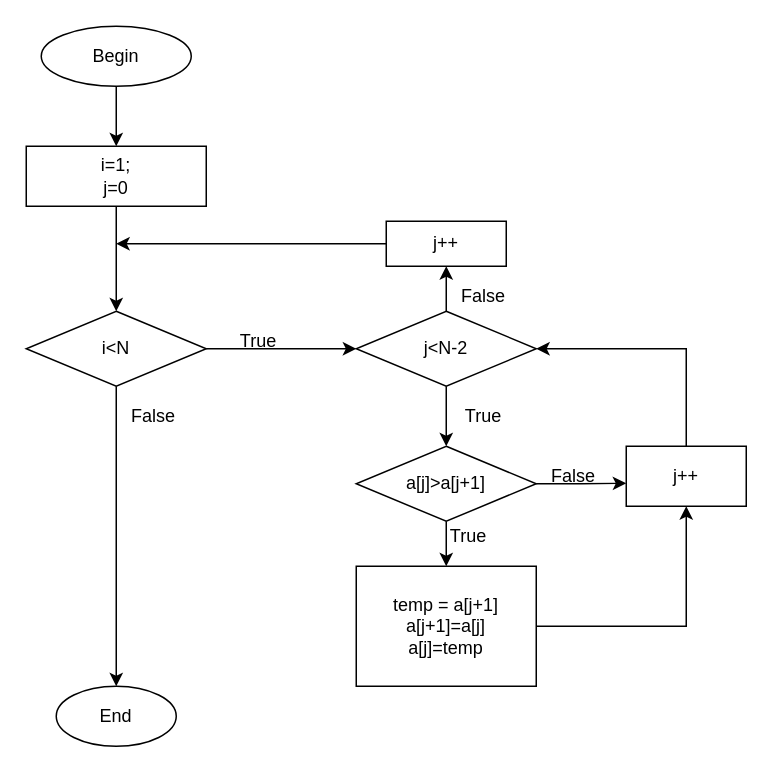
Before: Sort.drawio in 106210049/OOP_excercise, a draw.io diagram. Source tidied: cells renumbered, new cells numbered last; positions are measured from the earlier drawing's top-left corner, leaving out a move shared by most shapes. Both pictures are drawn from the tidied source at 150%, with x=0, y=0 at pixel (26, 26).
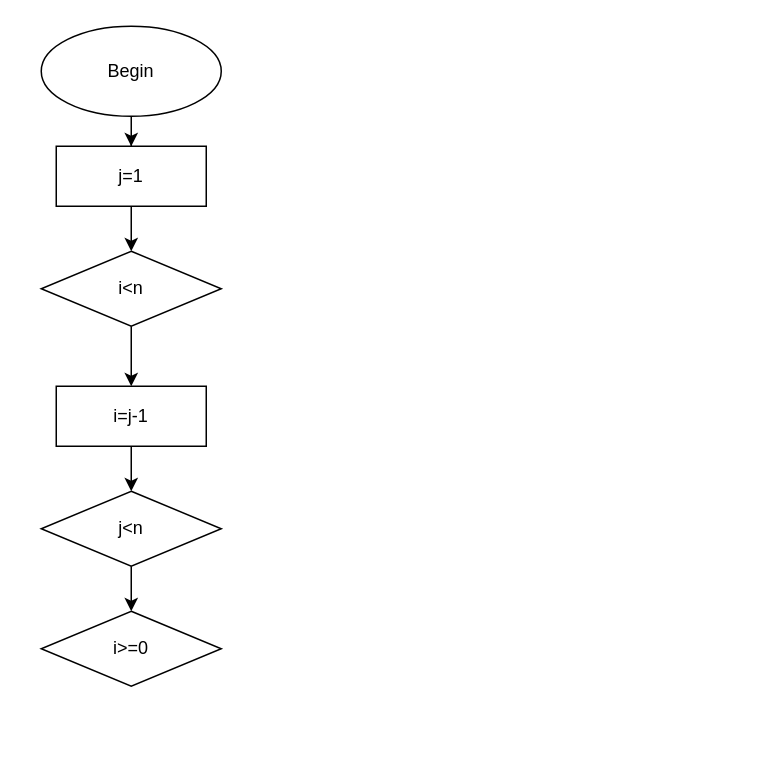
After the change.

Diff of the diagram source:
```diff
@@
-    <mxCell id="2" style="edgeStyle=orthogonalEdgeStyle;rounded=0;jettySize=auto;html=1;" parent="1" edge="1" source="3" target="5">
-      <mxGeometry relative="1" as="geometry" />
-    </mxCell>
+    <mxCell id="28" style="edgeStyle=orthogonalEdgeStyle;rounded=0;jettySize=auto;html=1;" parent="1" edge="1" source="3" target="30">
+      <mxGeometry relative="1" as="geometry" />
+    </mxCell>
     <mxCell id="3" value="Begin" style="ellipse;whiteSpace=wrap;html=1;" parent="1" vertex="1">
-      <mxGeometry x="10" width="100" height="40" as="geometry" />
+      <mxGeometry x="10" width="120" height="60" as="geometry" />
     </mxCell>
-    <mxCell id="4" style="edgeStyle=orthogonalEdgeStyle;rounded=0;jettySize=auto;html=1;" parent="1" edge="1" source="5" target="8">
-      <mxGeometry relative="1" as="geometry" />
-    </mxCell>
-    <mxCell id="5" value="i=1;&lt;br&gt;j=0" style="rounded=0;whiteSpace=wrap;html=1;" parent="1" vertex="1">
-      <mxGeometry y="80" width="120" height="40" as="geometry" />
-    </mxCell>
-    <mxCell id="6" style="edgeStyle=orthogonalEdgeStyle;rounded=0;jettySize=auto;html=1;exitX=1;exitY=0.5;exitDx=0;exitDy=0;entryX=0;entryY=0.5;entryDx=0;entryDy=0;" parent="1" edge="1" source="8" target="11">
-      <mxGeometry relative="1" as="geometry" />
-    </mxCell>
-    <mxCell id="7" style="edgeStyle=orthogonalEdgeStyle;rounded=0;jettySize=auto;html=1;entryX=0.5;entryY=0;entryDx=0;entryDy=0;" parent="1" edge="1" source="8" target="20">
-      <mxGeometry relative="1" as="geometry" />
-    </mxCell>
-    <mxCell id="8" value="i&amp;lt;N" style="rhombus;whiteSpace=wrap;html=1;" parent="1" vertex="1">
-      <mxGeometry y="190" width="120" height="50" as="geometry" />
-    </mxCell>
-    <mxCell id="9" style="edgeStyle=orthogonalEdgeStyle;rounded=0;jettySize=auto;html=1;entryX=0.5;entryY=0;entryDx=0;entryDy=0;" parent="1" edge="1" source="11" target="13">
-      <mxGeometry relative="1" as="geometry" />
-    </mxCell>
-    <mxCell id="10" style="edgeStyle=orthogonalEdgeStyle;rounded=0;jettySize=auto;html=1;entryX=0.5;entryY=1;entryDx=0;entryDy=0;" parent="1" edge="1" source="11" target="19">
-      <mxGeometry relative="1" as="geometry" />
-    </mxCell>
-    <mxCell id="11" value="j&amp;lt;N-2" style="rhombus;whiteSpace=wrap;html=1;" parent="1" vertex="1">
-      <mxGeometry x="220" y="190" width="120" height="50" as="geometry" />
-    </mxCell>
-    <mxCell id="12" style="edgeStyle=orthogonalEdgeStyle;rounded=0;jettySize=auto;html=1;" parent="1" edge="1" source="13" target="15">
-      <mxGeometry relative="1" as="geometry" />
-    </mxCell>
-    <mxCell id="13" value="a[j]&amp;gt;a[j+1]" style="rhombus;whiteSpace=wrap;html=1;" parent="1" vertex="1">
-      <mxGeometry x="220" y="280" width="120" height="50" as="geometry" />
-    </mxCell>
-    <mxCell id="14" style="edgeStyle=orthogonalEdgeStyle;rounded=0;jettySize=auto;html=1;entryX=0.5;entryY=1;entryDx=0;entryDy=0;" parent="1" edge="1" source="15" target="17">
-      <mxGeometry relative="1" as="geometry" />
-    </mxCell>
-    <mxCell id="15" value="temp = a[j+1]&lt;br&gt;a[j+1]=a[j]&lt;br&gt;a[j]=temp" style="rounded=0;whiteSpace=wrap;html=1;" parent="1" vertex="1">
-      <mxGeometry x="220" y="360" width="120" height="80" as="geometry" />
-    </mxCell>
-    <mxCell id="16" style="edgeStyle=orthogonalEdgeStyle;rounded=0;jettySize=auto;html=1;entryX=1;entryY=0.5;entryDx=0;entryDy=0;" parent="1" edge="1" source="17" target="11">
-      <mxGeometry relative="1" as="geometry">
-        <Array as="points">
-          <mxPoint x="440" y="215" />
-        </Array>
-      </mxGeometry>
-    </mxCell>
-    <mxCell id="17" value="j++" style="rounded=0;whiteSpace=wrap;html=1;" parent="1" vertex="1">
-      <mxGeometry x="400" y="280" width="80" height="40" as="geometry" />
-    </mxCell>
-    <mxCell id="18" style="edgeStyle=orthogonalEdgeStyle;rounded=0;jettySize=auto;html=1;" parent="1" edge="1" source="19">
-      <mxGeometry relative="1" as="geometry">
-        <mxPoint x="60" y="145" as="targetPoint" />
-      </mxGeometry>
-    </mxCell>
-    <mxCell id="19" value="j++" style="rounded=0;whiteSpace=wrap;html=1;" parent="1" vertex="1">
-      <mxGeometry x="240" y="130" width="80" height="30" as="geometry" />
-    </mxCell>
-    <mxCell id="20" value="End" style="ellipse;whiteSpace=wrap;html=1;" parent="1" vertex="1">
-      <mxGeometry x="20" y="440" width="80" height="40" as="geometry" />
-    </mxCell>
-    <mxCell id="21" value="True" style="text;strokeColor=none;align=center;fillColor=none;html=1;verticalAlign=middle;whiteSpace=wrap;rounded=0;" parent="1" vertex="1">
-      <mxGeometry x="280" y="250" width="50" height="20" as="geometry" />
-    </mxCell>
-    <mxCell id="22" value="True" style="text;strokeColor=none;align=center;fillColor=none;html=1;verticalAlign=middle;whiteSpace=wrap;rounded=0;" parent="1" vertex="1">
-      <mxGeometry x="130" y="200" width="50" height="20" as="geometry" />
-    </mxCell>
-    <mxCell id="23" value="True" style="text;strokeColor=none;align=center;fillColor=none;html=1;verticalAlign=middle;whiteSpace=wrap;rounded=0;" parent="1" vertex="1">
-      <mxGeometry x="270" y="330" width="50" height="20" as="geometry" />
-    </mxCell>
-    <mxCell id="24" value="False" style="text;strokeColor=none;align=center;fillColor=none;html=1;verticalAlign=middle;whiteSpace=wrap;rounded=0;" parent="1" vertex="1">
-      <mxGeometry x="280" y="170" width="50" height="20" as="geometry" />
-    </mxCell>
-    <mxCell id="25" value="False" style="text;strokeColor=none;align=center;fillColor=none;html=1;verticalAlign=middle;whiteSpace=wrap;rounded=0;" parent="1" vertex="1">
-      <mxGeometry x="60" y="250" width="50" height="20" as="geometry" />
-    </mxCell>
-    <mxCell id="26" value="False" style="text;strokeColor=none;align=center;fillColor=none;html=1;verticalAlign=middle;whiteSpace=wrap;rounded=0;" parent="1" vertex="1">
-      <mxGeometry x="340" y="290" width="50" height="20" as="geometry" />
-    </mxCell>
-    <mxCell id="27" style="edgeStyle=orthogonalEdgeStyle;rounded=0;jettySize=auto;html=1;exitX=1;exitY=0.5;exitDx=0;exitDy=0;entryX=0;entryY=0.617;entryDx=0;entryDy=0;entryPerimeter=0;" parent="1" edge="1" source="13" target="17">
-      <mxGeometry relative="1" as="geometry" />
-    </mxCell>
+    <mxCell id="29" style="edgeStyle=orthogonalEdgeStyle;rounded=0;jettySize=auto;html=1;" parent="1" edge="1" source="30" target="32">
+      <mxGeometry relative="1" as="geometry" />
+    </mxCell>
+    <mxCell id="30" value="j=1" style="rounded=0;whiteSpace=wrap;html=1;" parent="1" vertex="1">
+      <mxGeometry x="20" y="80" width="100" height="40" as="geometry" />
+    </mxCell>
+    <mxCell id="31" style="edgeStyle=orthogonalEdgeStyle;rounded=0;jettySize=auto;html=1;" parent="1" edge="1" source="32" target="34">
+      <mxGeometry relative="1" as="geometry" />
+    </mxCell>
+    <mxCell id="32" value="i&amp;lt;n" style="rhombus;whiteSpace=wrap;html=1;" parent="1" vertex="1">
+      <mxGeometry x="10" y="150" width="120" height="50" as="geometry" />
+    </mxCell>
+    <mxCell id="33" style="edgeStyle=orthogonalEdgeStyle;rounded=0;jettySize=auto;html=1;" parent="1" edge="1" source="34" target="36">
+      <mxGeometry relative="1" as="geometry" />
+    </mxCell>
+    <mxCell id="34" value="i=j-1" style="rounded=0;whiteSpace=wrap;html=1;" parent="1" vertex="1">
+      <mxGeometry x="20" y="240" width="100" height="40" as="geometry" />
+    </mxCell>
+    <mxCell id="35" style="edgeStyle=orthogonalEdgeStyle;rounded=0;jettySize=auto;html=1;" parent="1" edge="1" source="36" target="37">
+      <mxGeometry relative="1" as="geometry" />
+    </mxCell>
+    <mxCell id="36" value="j&amp;lt;n" style="rhombus;whiteSpace=wrap;html=1;" parent="1" vertex="1">
+      <mxGeometry x="10" y="310" width="120" height="50" as="geometry" />
+    </mxCell>
+    <mxCell id="37" value="i&amp;gt;=0" style="rhombus;whiteSpace=wrap;html=1;" parent="1" vertex="1">
+      <mxGeometry x="10" y="390" width="120" height="50" as="geometry" />
+    </mxCell>
```
